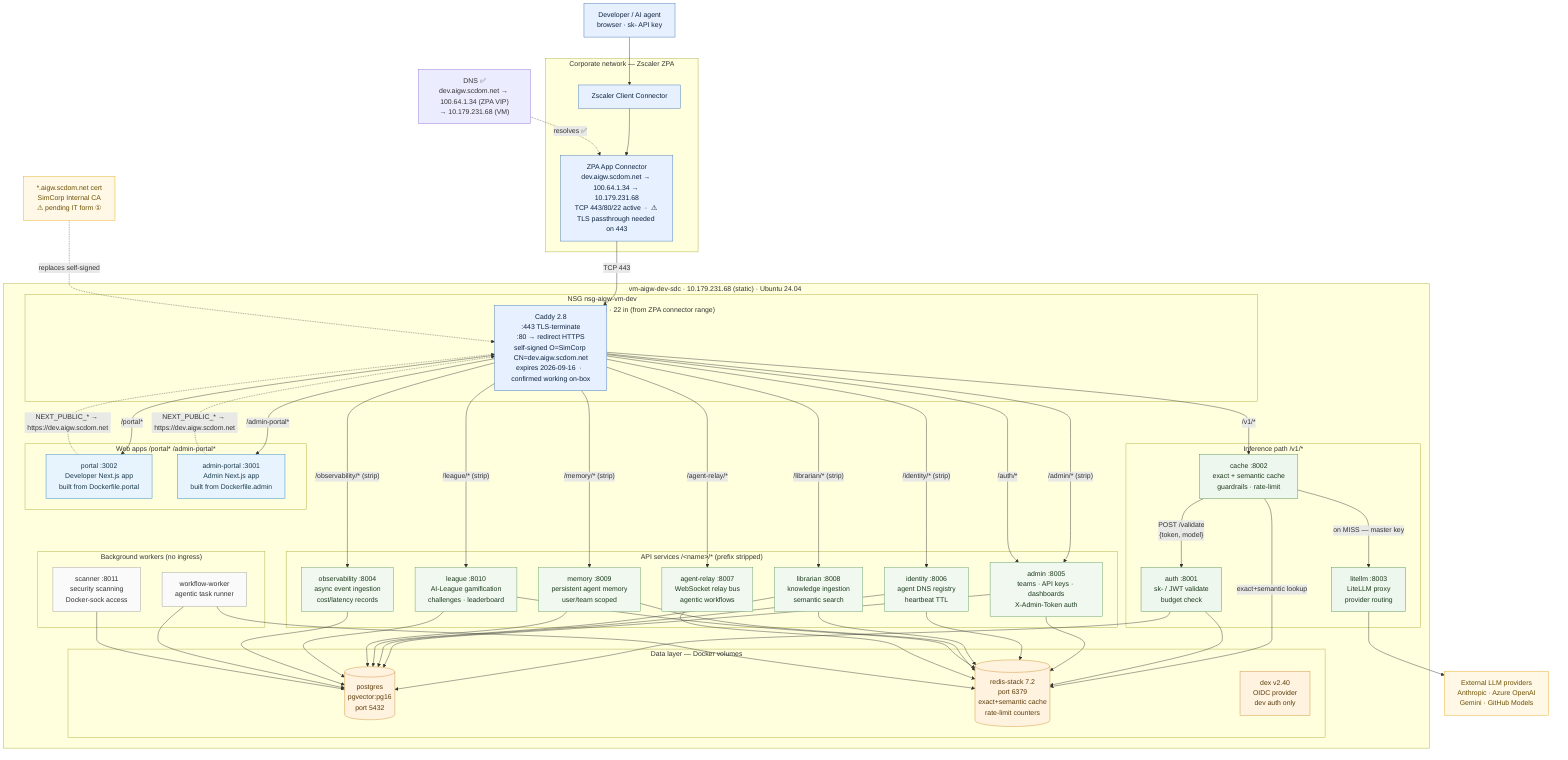
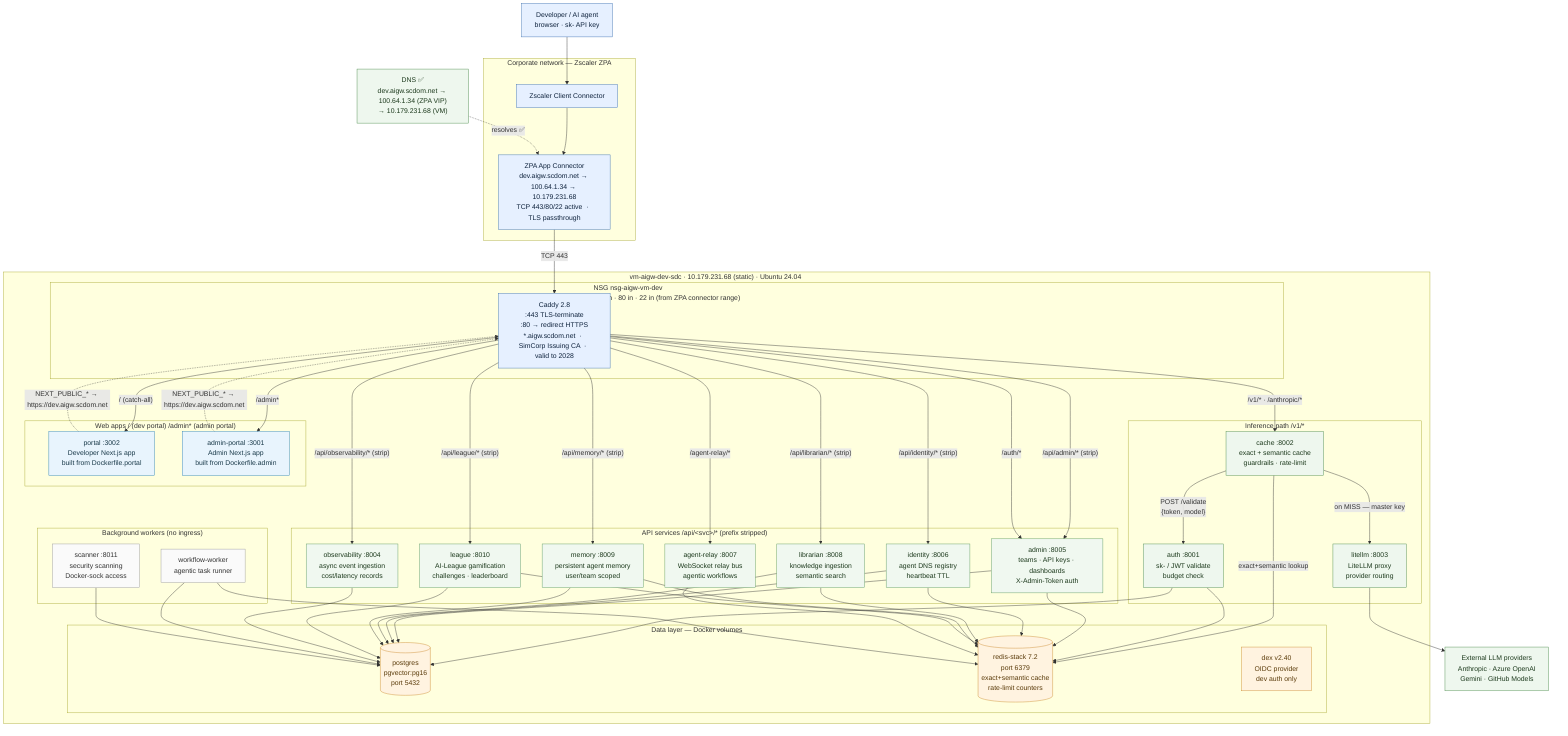
flowchart TB
  dev["Developer / AI agent\nbrowser  ·  sk- API key"]

  subgraph CORP["Corporate network — Zscaler ZPA"]
    zcc["Zscaler Client Connector"]
-     zpa["ZPA App Connector\ndev.aigw.scdom.net → 100.64.1.34 → 10.179.231.68\nTCP 443/80/22 active  ·  ⚠ TLS passthrough needed on 443"]
+     zpa["ZPA App Connector\ndev.aigw.scdom.net → 100.64.1.34 → 10.179.231.68\nTCP 443/80/22 active  ·  TLS passthrough"]
  end

  subgraph VM["vm-aigw-dev-sdc  ·  10.179.231.68 (static)  ·  Ubuntu 24.04\nrg-spoke-platformaitooling-dev-sdc-001  ·  Sweden Central"]
    subgraph EDGE["NSG nsg-aigw-vm-dev\n443 in · 80 in · 22 in  (from ZPA connector range)"]
-       caddy["Caddy 2.8\n:443 TLS-terminate\n:80 → redirect HTTPS\nself-signed O=SimCorp CN=dev.aigw.scdom.net\nexpires 2026-09-16  ·  confirmed working on-box"]
+       caddy["Caddy 2.8\n:443 TLS-terminate\n:80 → redirect HTTPS\n*.aigw.scdom.net  ·  SimCorp Issuing CA  ·  valid to 2028"]
    end

    subgraph INFERENCE["Inference path  /v1/*"]
      cache["cache :8002\nexact + semantic cache\nguardrails · rate-limit"]
      auth["auth :8001\nsk- / JWT validate\nbudget check"]
      litellm["litellm :8003\nLiteLLM proxy\nprovider routing"]
    end

-     subgraph APPS["Web apps  /portal*  /admin-portal*"]
+     subgraph APPS["Web apps  /  (dev portal)   /admin*  (admin portal)"]
      portal["portal :3002\nDeveloper Next.js app\nbuilt from Dockerfile.portal"]
      adminportal["admin-portal :3001\nAdmin Next.js app\nbuilt from Dockerfile.admin"]
    end

-     subgraph API["API services  /&lt;name&gt;/*  (prefix stripped)"]
+     subgraph API["API services  /api/&lt;svc&gt;/*  (prefix stripped)"]
      admin["admin :8005\nteams · API keys · dashboards\nX-Admin-Token auth"]
      identity["identity :8006\nagent DNS registry\nheartbeat TTL"]
      librarian["librarian :8008\nknowledge ingestion\nsemantic search"]
      memory["memory :8009\npersistent agent memory\nuser/team scoped"]
      league["league :8010\nAI-League gamification\nchallenges · leaderboard"]
      observability["observability :8004\nasync event ingestion\ncost/latency records"]
      agentrelay["agent-relay :8007\nWebSocket relay bus\nagentic workflows"]
    end

    subgraph BG["Background workers  (no ingress)"]
      scanner["scanner :8011\nsecurity scanning\nDocker-sock access"]
      worker["workflow-worker\nagentic task runner"]
    end

    subgraph DATA["Data layer  —  Docker volumes"]
      pg[("postgres\npgvector:pg16\nport 5432")]
      redis[("redis-stack 7.2\nport 6379\nexact+semantic cache\nrate-limit counters")]
      dex["dex v2.40\nOIDC provider\ndev auth only"]
    end
  end

  ext["External LLM providers\nAnthropic  ·  Azure OpenAI\nGemini  ·  GitHub Models"]
-   cert_pending["*.aigw.scdom.net cert\nSimCorp Internal CA\n⚠ pending IT form ①"]
  dns_done["DNS ✅\ndev.aigw.scdom.net → 100.64.1.34 (ZPA VIP)\n→ 10.179.231.68 (VM)"]

  dev --> zcc --> zpa -->|"TCP 443"| caddy
  dns_done -. "resolves ✅" .-> zpa
-   cert_pending -. "replaces self-signed" .-> caddy

-   caddy -->|"/v1/*"| cache
-   caddy -->|"/portal*"| portal
-   caddy -->|"/admin-portal*"| adminportal
-   caddy -->|"/admin/* (strip)"| admin
-   caddy -->|"/identity/* (strip)"| identity
-   caddy -->|"/librarian/* (strip)"| librarian
-   caddy -->|"/memory/* (strip)"| memory
-   caddy -->|"/league/* (strip)"| league
-   caddy -->|"/observability/* (strip)"| observability
+   caddy -->|"/v1/*  ·  /anthropic/*"| cache
+   caddy -->|"/  (catch-all)"| portal
+   caddy -->|"/admin*"| adminportal
+   caddy -->|"/api/admin/* (strip)"| admin
+   caddy -->|"/api/identity/* (strip)"| identity
+   caddy -->|"/api/librarian/* (strip)"| librarian
+   caddy -->|"/api/memory/* (strip)"| memory
+   caddy -->|"/api/league/* (strip)"| league
+   caddy -->|"/api/observability/* (strip)"| observability
  caddy -->|"/agent-relay/*"| agentrelay
  caddy -->|"/auth/*"| admin

  cache -->|"POST /validate\n{token, model}"| auth
  cache -->|"exact+semantic lookup"| redis
  cache -->|"on MISS — master key"| litellm
  litellm --> ext
  auth --> pg
  auth --> redis

  admin --> pg
  admin --> redis
  identity --> pg & redis
  librarian --> pg & redis
  memory --> pg & redis
  league --> pg & redis
  observability --> pg
  agentrelay --> redis
  worker --> pg & redis
  scanner --> pg

  portal -. "NEXT_PUBLIC_* → https://dev.aigw.scdom.net" .-> caddy
  adminportal -. "NEXT_PUBLIC_* → https://dev.aigw.scdom.net" .-> caddy

  classDef edge fill:#e6f0ff,stroke:#3b6fb0,color:#10243e;
  classDef infer fill:#eef7ee,stroke:#4a8a4a,color:#1d3a1d;
  classDef app fill:#e8f4fd,stroke:#2980b9,color:#1a3a4a;
  classDef api fill:#f0f8f0,stroke:#5d9a5d,color:#1d3a1d;
  classDef bg fill:#fafafa,stroke:#999,color:#333;
  classDef data fill:#fff3e0,stroke:#cc8a2e,color:#5a3b0a;
-   classDef pending fill:#fff8e6,stroke:#e6a817,color:#6b4f00;
+   classDef active fill:#eef7ee,stroke:#4a8a4a,color:#1d3a1d;

  class dev,zcc,zpa,caddy edge;
  class cache,auth,litellm infer;
  class portal,adminportal app;
  class admin,identity,librarian,memory,league,observability,agentrelay api;
  class scanner,worker bg;
  class pg,redis,dex data;
-   class cert_pending,dns_pending,ext pending;
+   class dns_done,ext active;
